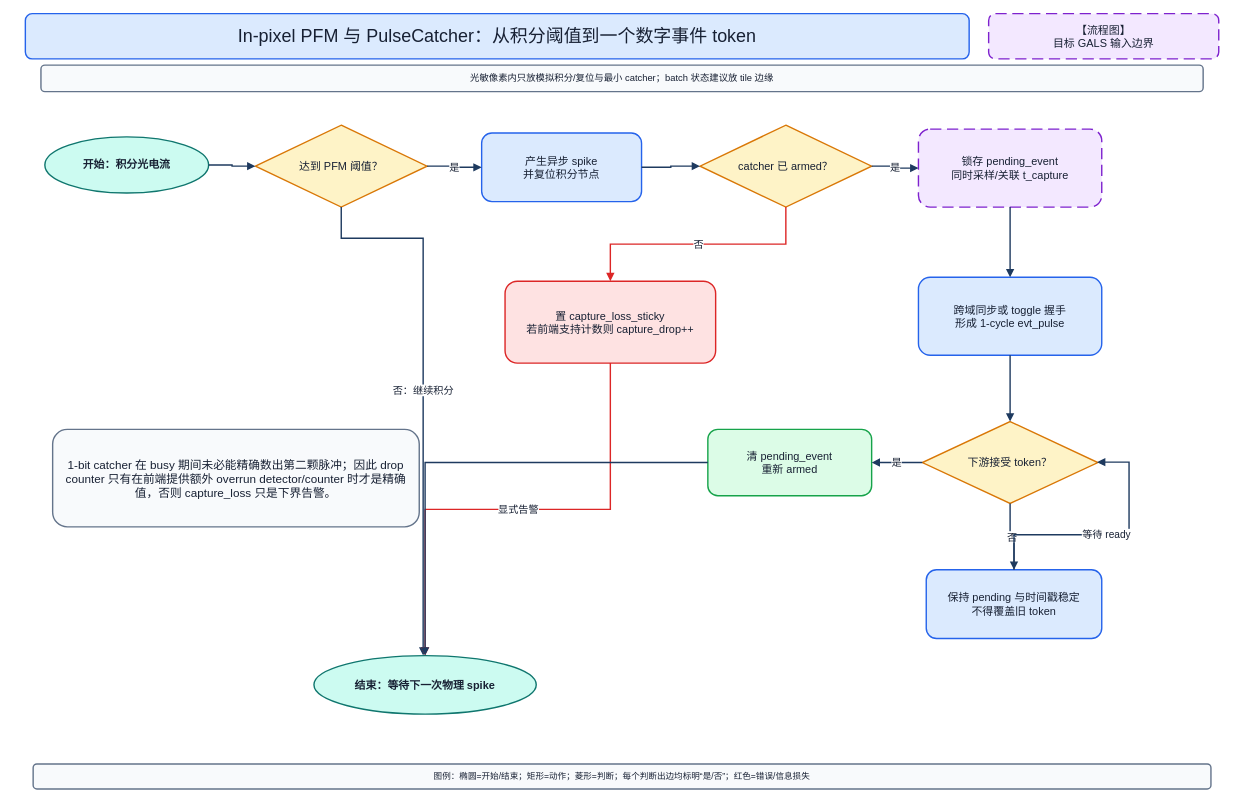
Earlier version of the draw.io diagram page "03_PFM脉冲捕获流程" (3 of 31) of PFM_AER_v6_核心纯流程图与状态机_0721_v3.drawio (qcm0224/SimpleLatexVisualize). Source tidied: cells renumbered, new cells numbered last; positions are measured from the earlier drawing's top-left corner, leaving out a move shared by most shapes. Both pictures are drawn from the tidied source at 78%, with x=0, y=0 at pixel (25, 13).
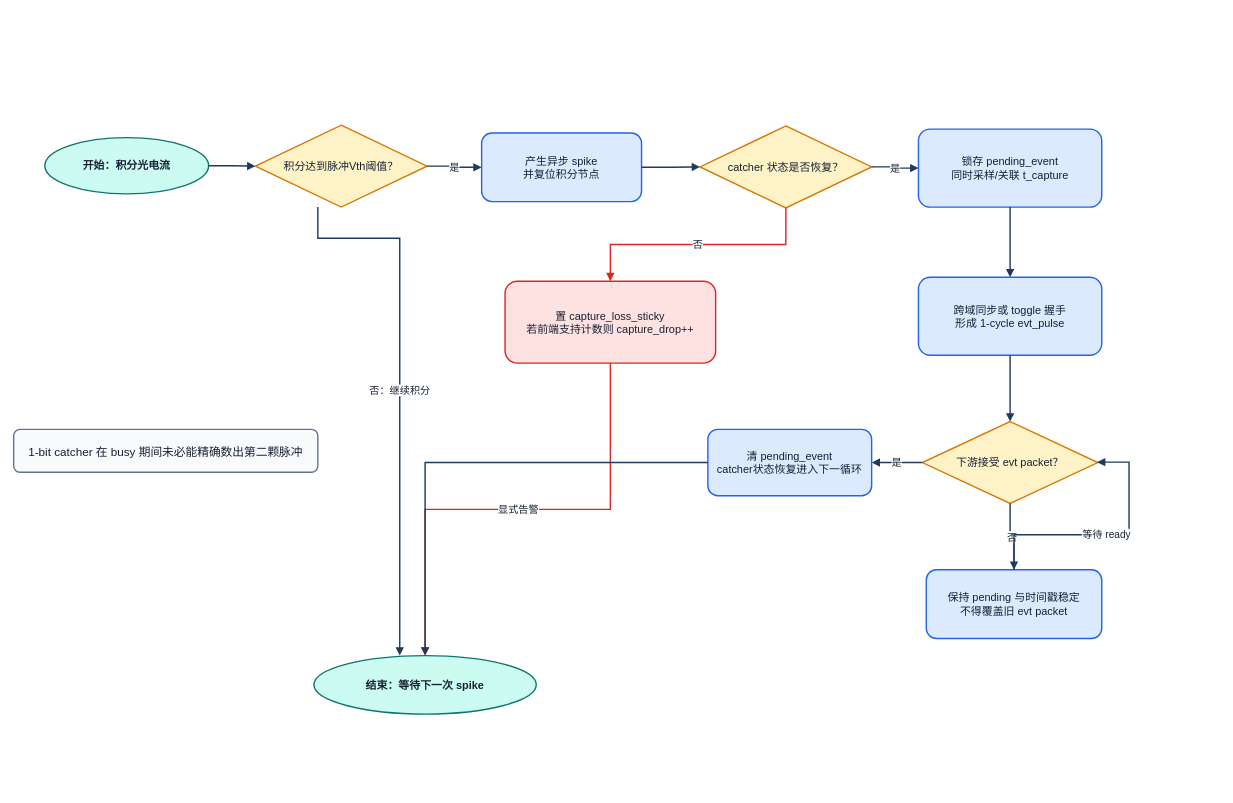
After the change.

What changed in the source:
```diff
@@
-    <mxCell id="2" value="In-pixel PFM 与 PulseCatcher：从积分阈值到一个数字事件 token" style="whiteSpace=wrap;html=1;fillColor=#DBEAFE;strokeColor=#2563EB;fontColor=#172033;fontSize=23;fontFamily=Arial;align=center;verticalAlign=middle;spacing=6;strokeWidth=1.8;rounded=1;" parent="1" vertex="1">
-      <mxGeometry width="1210" height="58" as="geometry" />
-    </mxCell>
-    <mxCell id="3" value="【流程图】&lt;br&gt;目标 GALS 输入边界" style="whiteSpace=wrap;html=1;fillColor=#F3E8FF;strokeColor=#7E22CE;fontColor=#172033;fontSize=14;fontFamily=Arial;align=center;verticalAlign=middle;spacing=6;strokeWidth=1.8;rounded=1;dashed=1;dashPattern=8 4;" parent="1" vertex="1">
-      <mxGeometry x="1235" width="295" height="58" as="geometry" />
-    </mxCell>
-    <mxCell id="4" value="光敏像素内只放模拟积分/复位与最小 catcher；batch 状态建议放 tile 边缘" style="whiteSpace=wrap;html=1;fillColor=#F8FAFC;strokeColor=#64748B;fontColor=#172033;fontSize=12;fontFamily=Arial;align=center;verticalAlign=middle;spacing=6;strokeWidth=1.8;rounded=1;" parent="1" vertex="1">
-      <mxGeometry x="20" y="66" width="1490" height="34" as="geometry" />
-    </mxCell>
     <mxCell id="5" value="开始：积分光电流" style="whiteSpace=wrap;html=1;fillColor=#CCFBF1;strokeColor=#0F766E;fontColor=#172033;fontSize=14;fontFamily=Arial;align=center;verticalAlign=middle;spacing=6;strokeWidth=1.8;rounded=1;shape=ellipse;fontStyle=1;" parent="1" vertex="1">
-      <mxGeometry x="25" y="158" width="210" height="72" as="geometry" />
+      <mxGeometry x="25" y="159" width="210" height="72" as="geometry" />
     </mxCell>
-    <mxCell id="6" value="达到 PFM 阈值？" style="whiteSpace=wrap;html=1;fillColor=#FEF3C7;strokeColor=#D97706;fontColor=#172033;fontSize=14;fontFamily=Arial;align=center;verticalAlign=middle;spacing=6;strokeWidth=1.8;rounded=1;shape=rhombus;perimeter=rhombusPerimeter;rounded=0;" parent="1" vertex="1">
+    <mxCell id="6" value="积分达到脉冲Vth阈值？" style="whiteSpace=wrap;html=1;fillColor=#FEF3C7;strokeColor=#D97706;fontColor=#172033;fontSize=14;fontFamily=Arial;align=center;verticalAlign=middle;spacing=6;strokeWidth=1.8;rounded=1;shape=rhombus;perimeter=rhombusPerimeter;rounded=0;" parent="1" vertex="1">
       <mxGeometry x="295" y="143" width="220" height="105" as="geometry" />
     </mxCell>
@@
-    <mxCell id="8" value="catcher 已 armed？" style="whiteSpace=wrap;html=1;fillColor=#FEF3C7;strokeColor=#D97706;fontColor=#172033;fontSize=14;fontFamily=Arial;align=center;verticalAlign=middle;spacing=6;strokeWidth=1.8;rounded=1;shape=rhombus;perimeter=rhombusPerimeter;rounded=0;" parent="1" vertex="1">
-      <mxGeometry x="865" y="143" width="220" height="105" as="geometry" />
+    <mxCell id="8" value="catcher 状态是否恢复？" style="whiteSpace=wrap;html=1;fillColor=#FEF3C7;strokeColor=#D97706;fontColor=#172033;fontSize=14;fontFamily=Arial;align=center;verticalAlign=middle;spacing=6;strokeWidth=1.8;rounded=1;shape=rhombus;perimeter=rhombusPerimeter;rounded=0;" parent="1" vertex="1">
+      <mxGeometry x="865" y="144" width="220" height="105" as="geometry" />
     </mxCell>
-    <mxCell id="9" value="锁存 pending_event&lt;br&gt;同时采样/关联 t_capture" style="whiteSpace=wrap;html=1;fillColor=#F3E8FF;strokeColor=#7E22CE;fontColor=#172033;fontSize=14;fontFamily=Arial;align=center;verticalAlign=middle;spacing=6;strokeWidth=1.8;rounded=1;dashed=1;dashPattern=8 4;" parent="1" vertex="1">
+    <mxCell id="9" value="锁存 pending_event&lt;br&gt;同时采样/关联 t_capture" style="whiteSpace=wrap;html=1;fillColor=#DBEAFE;strokeColor=#2563EB;fontColor=#172033;fontSize=14;fontFamily=Arial;align=center;verticalAlign=middle;spacing=6;strokeWidth=1.8;rounded=1;" parent="1" vertex="1">
       <mxGeometry x="1145" y="148" width="235" height="100" as="geometry" />
     </mxCell>
@@
-    <mxCell id="11" value="下游接受 token？" style="whiteSpace=wrap;html=1;fillColor=#FEF3C7;strokeColor=#D97706;fontColor=#172033;fontSize=14;fontFamily=Arial;align=center;verticalAlign=middle;spacing=6;strokeWidth=1.8;rounded=1;shape=rhombus;perimeter=rhombusPerimeter;rounded=0;" parent="1" vertex="1">
+    <mxCell id="11" value="下游接受 evt packet？" style="whiteSpace=wrap;html=1;fillColor=#FEF3C7;strokeColor=#D97706;fontColor=#172033;fontSize=14;fontFamily=Arial;align=center;verticalAlign=middle;spacing=6;strokeWidth=1.8;rounded=1;shape=rhombus;perimeter=rhombusPerimeter;rounded=0;" parent="1" vertex="1">
       <mxGeometry x="1150" y="523" width="225" height="105" as="geometry" />
     </mxCell>
-    <mxCell id="12" value="清 pending_event&lt;br&gt;重新 armed" style="whiteSpace=wrap;html=1;fillColor=#DCFCE7;strokeColor=#16A34A;fontColor=#172033;fontSize=14;fontFamily=Arial;align=center;verticalAlign=middle;spacing=6;strokeWidth=1.8;rounded=1;" parent="1" vertex="1">
+    <mxCell id="12" value="清 pending_event&lt;br&gt;catcher状态恢复进入下一循环" style="whiteSpace=wrap;html=1;fillColor=#DBEAFE;strokeColor=#2563EB;fontColor=#172033;fontSize=14;fontFamily=Arial;align=center;verticalAlign=middle;spacing=6;strokeWidth=1.8;rounded=1;" parent="1" vertex="1">
       <mxGeometry x="875" y="533" width="210" height="85" as="geometry" />
     </mxCell>
-    <mxCell id="13" value="保持 pending 与时间戳稳定&lt;br&gt;不得覆盖旧 token" style="whiteSpace=wrap;html=1;fillColor=#DBEAFE;strokeColor=#2563EB;fontColor=#172033;fontSize=14;fontFamily=Arial;align=center;verticalAlign=middle;spacing=6;strokeWidth=1.8;rounded=1;" parent="1" vertex="1">
+    <mxCell id="13" value="保持 pending 与时间戳稳定&lt;br&gt;不得覆盖旧 evt packet" style="whiteSpace=wrap;html=1;fillColor=#DBEAFE;strokeColor=#2563EB;fontColor=#172033;fontSize=14;fontFamily=Arial;align=center;verticalAlign=middle;spacing=6;strokeWidth=1.8;rounded=1;" parent="1" vertex="1">
       <mxGeometry x="1155" y="713" width="225" height="88" as="geometry" />
     </mxCell>
@@
-    <mxCell id="15" value="结束：等待下一次物理 spike" style="whiteSpace=wrap;html=1;fillColor=#CCFBF1;strokeColor=#0F766E;fontColor=#172033;fontSize=14;fontFamily=Arial;align=center;verticalAlign=middle;spacing=6;strokeWidth=1.8;rounded=1;shape=ellipse;fontStyle=1;" parent="1" vertex="1">
+    <mxCell id="15" value="结束：等待下一次 spike" style="whiteSpace=wrap;html=1;fillColor=#CCFBF1;strokeColor=#0F766E;fontColor=#172033;fontSize=14;fontFamily=Arial;align=center;verticalAlign=middle;spacing=6;strokeWidth=1.8;rounded=1;shape=ellipse;fontStyle=1;" parent="1" vertex="1">
       <mxGeometry x="370" y="823" width="285" height="75" as="geometry" />
     </mxCell>
-    <mxCell id="16" value="1-bit catcher 在 busy 期间未必能精确数出第二颗脉冲；因此 drop counter 只有在前端提供额外 overrun detector/counter 时才是精确值，否则 capture_loss 只是下界告警。" style="whiteSpace=wrap;html=1;fillColor=#F8FAFC;strokeColor=#64748B;fontColor=#172033;fontSize=15;fontFamily=Arial;align=center;verticalAlign=middle;spacing=6;strokeWidth=1.8;rounded=1;" parent="1" vertex="1">
-      <mxGeometry x="35" y="533" width="470" height="125" as="geometry" />
+    <mxCell id="16" value="1-bit catcher 在 busy 期间未必能精确数出第二颗脉冲" style="whiteSpace=wrap;html=1;fillColor=#F8FAFC;strokeColor=#64748B;fontColor=#172033;fontSize=15;fontFamily=Arial;align=center;verticalAlign=middle;spacing=6;strokeWidth=1.8;rounded=1;" parent="1" vertex="1">
+      <mxGeometry x="-15" y="533" width="390" height="55" as="geometry" />
     </mxCell>
-    <mxCell id="17" value="图例：椭圆=开始/结束；矩形=动作；菱形=判断；每个判断出边均标明“是/否”；红色=错误/信息损失" style="whiteSpace=wrap;html=1;fillColor=#F8FAFC;strokeColor=#64748B;fontColor=#172033;fontSize=11;fontFamily=Arial;align=center;verticalAlign=middle;spacing=6;strokeWidth=1.8;rounded=1;" parent="1" vertex="1">
-      <mxGeometry x="10" y="962" width="1510" height="32" as="geometry" />
-    </mxCell>
@@
-    <mxCell id="19" value="否：继续积分" style="edgeStyle=orthogonalEdgeStyle;rounded=0;jettySize=auto;html=1;strokeColor=#1E3A5F;strokeWidth=1.8;dashed=0;endArrow=block;endFill=1;fontSize=13;fontColor=#172033;labelBackgroundColor=#FFFFFF;" parent="1" edge="1" source="6" target="15">
+    <mxCell id="19" value="否：继续积分" style="edgeStyle=orthogonalEdgeStyle;rounded=0;orthogonalLoop=1;jettySize=auto;html=1;strokeColor=#1E3A5F;strokeWidth=1.8;dashed=0;endArrow=block;endFill=1;fontSize=13;fontColor=#172033;labelBackgroundColor=#FFFFFF;" parent="1" edge="1">
       <mxGeometry relative="1" as="geometry">
+        <mxPoint x="375" y="248" as="sourcePoint" />
+        <mxPoint x="480" y="823" as="targetPoint" />
         <Array as="points">
-          <mxPoint x="405" y="288" />
-          <mxPoint x="510" y="288" />
-          <mxPoint x="510" y="823" />
+          <mxPoint x="375" y="288" />
+          <mxPoint x="480" y="288" />
+          <mxPoint x="480" y="823" />
         </Array>
       </mxGeometry>
     </mxCell>
```
